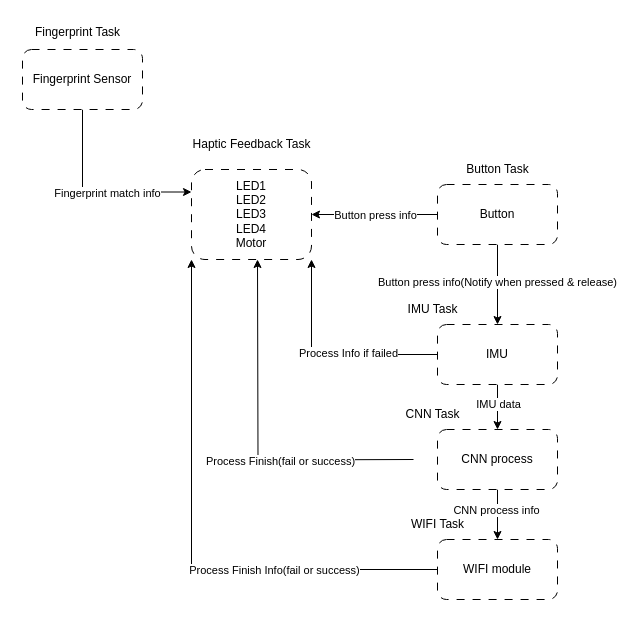
Earlier version of the draw.io diagram task.drawio (ese5160/final-project-a07g-a14g-t17-circuitbreaker). Source tidied: cells renumbered, new cells numbered last; positions are measured from the earlier drawing's top-left corner, leaving out a move shared by most shapes. Both pictures are drawn from the tidied source at 100%, with x=0, y=0 at pixel (22, 17).
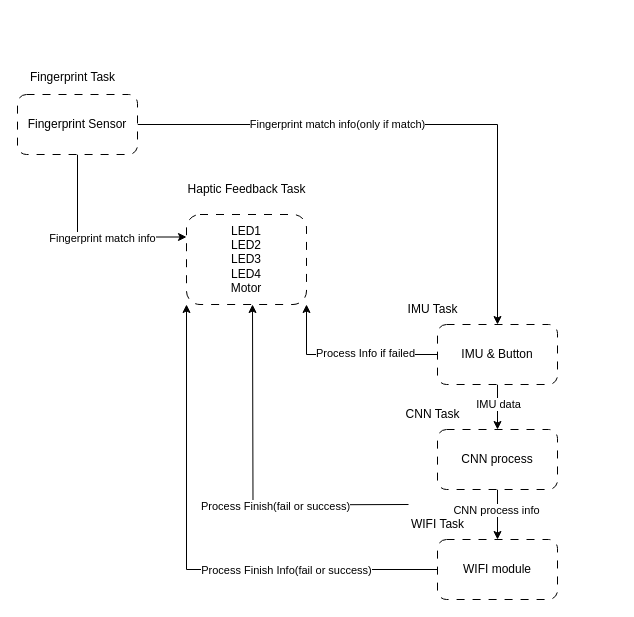
After the change.

The edit, as a diff of the source:
```diff
@@
+    <mxCell id="30" style="edgeStyle=orthogonalEdgeStyle;rounded=0;jettySize=auto;html=1;exitX=1;exitY=0.5;exitDx=0;exitDy=0;entryX=0.5;entryY=0;entryDx=0;entryDy=0;" parent="1" edge="1" source="4" target="18">
+      <mxGeometry relative="1" as="geometry" />
+    </mxCell>
+    <mxCell id="31" value="Fingerprint match info(only if match)" style="edgeLabel;html=1;align=center;verticalAlign=middle;" parent="30" vertex="1">
+      <mxGeometry x="-0.29" y="1" relative="1" as="geometry" />
+    </mxCell>
     <mxCell id="4" value="Fingerprint Sensor" style="rounded=1;whiteSpace=wrap;html=1;dashed=1;dashPattern=8 8;" parent="1" vertex="1">
-      <mxGeometry y="32" width="120" height="60" as="geometry" />
+      <mxGeometry x="-5" y="77" width="120" height="60" as="geometry" />
     </mxCell>
     <mxCell id="5" value="Fingerprint Task" style="text;html=1;align=center;verticalAlign=middle;strokeColor=none;fillColor=none;" parent="1" vertex="1">
-      <mxGeometry width="110" height="30" as="geometry" />
+      <mxGeometry x="-5" y="45" width="110" height="30" as="geometry" />
     </mxCell>
     <mxCell id="6" value="LED1&lt;div&gt;LED2&lt;/div&gt;&lt;div&gt;LED3&lt;/div&gt;&lt;div&gt;LED4&lt;/div&gt;&lt;div&gt;Motor&lt;/div&gt;" style="rounded=1;whiteSpace=wrap;html=1;dashed=1;dashPattern=8 8;" parent="1" vertex="1">
-      <mxGeometry x="169" y="152" width="120" height="90" as="geometry" />
+      <mxGeometry x="164" y="197" width="120" height="90" as="geometry" />
     </mxCell>
     <mxCell id="7" value="Haptic Feedback Task" style="text;html=1;align=center;verticalAlign=middle;strokeColor=none;fillColor=none;" parent="1" vertex="1">
-      <mxGeometry x="159" y="112" width="140" height="30" as="geometry" />
+      <mxGeometry x="154" y="157" width="140" height="30" as="geometry" />
     </mxCell>
-    <mxCell id="8" style="edgeStyle=orthogonalEdgeStyle;rounded=0;jettySize=auto;html=1;exitX=0;exitY=0.5;exitDx=0;exitDy=0;entryX=1;entryY=0.5;entryDx=0;entryDy=0;" parent="1" edge="1" source="12" target="6">
-      <mxGeometry relative="1" as="geometry" />
-    </mxCell>
-    <mxCell id="9" value="Button press info" style="edgeLabel;html=1;align=center;verticalAlign=middle;" parent="8" vertex="1">
-      <mxGeometry relative="1" as="geometry" />
-    </mxCell>
-    <mxCell id="10" style="edgeStyle=orthogonalEdgeStyle;rounded=0;jettySize=auto;html=1;exitX=0.5;exitY=1;exitDx=0;exitDy=0;entryX=0.5;entryY=0;entryDx=0;entryDy=0;" parent="1" edge="1" source="12" target="18">
-      <mxGeometry relative="1" as="geometry" />
-    </mxCell>
-    <mxCell id="11" value="Button press info(Notify when pressed &amp;amp; release)" style="edgeLabel;html=1;align=center;verticalAlign=middle;" parent="10" vertex="1">
-      <mxGeometry x="-0.07" y="-1" relative="1" as="geometry" />
-    </mxCell>
-    <mxCell id="12" value="Button" style="rounded=1;whiteSpace=wrap;html=1;dashed=1;dashPattern=8 8;" parent="1" vertex="1">
-      <mxGeometry x="415" y="167" width="120" height="60" as="geometry" />
-    </mxCell>
-    <mxCell id="13" value="Button Task" style="text;html=1;align=center;verticalAlign=middle;strokeColor=none;fillColor=none;" parent="1" vertex="1">
-      <mxGeometry x="430" y="137" width="90" height="30" as="geometry" />
-    </mxCell>
@@
-    <mxCell id="18" value="IMU" style="rounded=1;whiteSpace=wrap;html=1;dashed=1;dashPattern=8 8;" parent="1" vertex="1">
+    <mxCell id="18" value="IMU &amp;amp; Button" style="rounded=1;whiteSpace=wrap;html=1;dashed=1;dashPattern=8 8;" parent="1" vertex="1">
       <mxGeometry x="415" y="307" width="120" height="60" as="geometry" />
     </mxCell>
@@
     <mxCell id="20" style="edgeStyle=orthogonalEdgeStyle;rounded=0;orthogonalLoop=1;jettySize=auto;html=1;exitX=0;exitY=0.5;exitDx=0;exitDy=0;entryX=0.75;entryY=1;entryDx=0;entryDy=0;" parent="1" edge="1">
       <mxGeometry relative="1" as="geometry">
-        <mxPoint x="391" y="442" as="sourcePoint" />
-        <mxPoint x="235" y="242" as="targetPoint" />
+        <mxPoint x="386" y="487" as="sourcePoint" />
+        <mxPoint x="230" y="287" as="targetPoint" />
       </mxGeometry>
     </mxCell>
```
